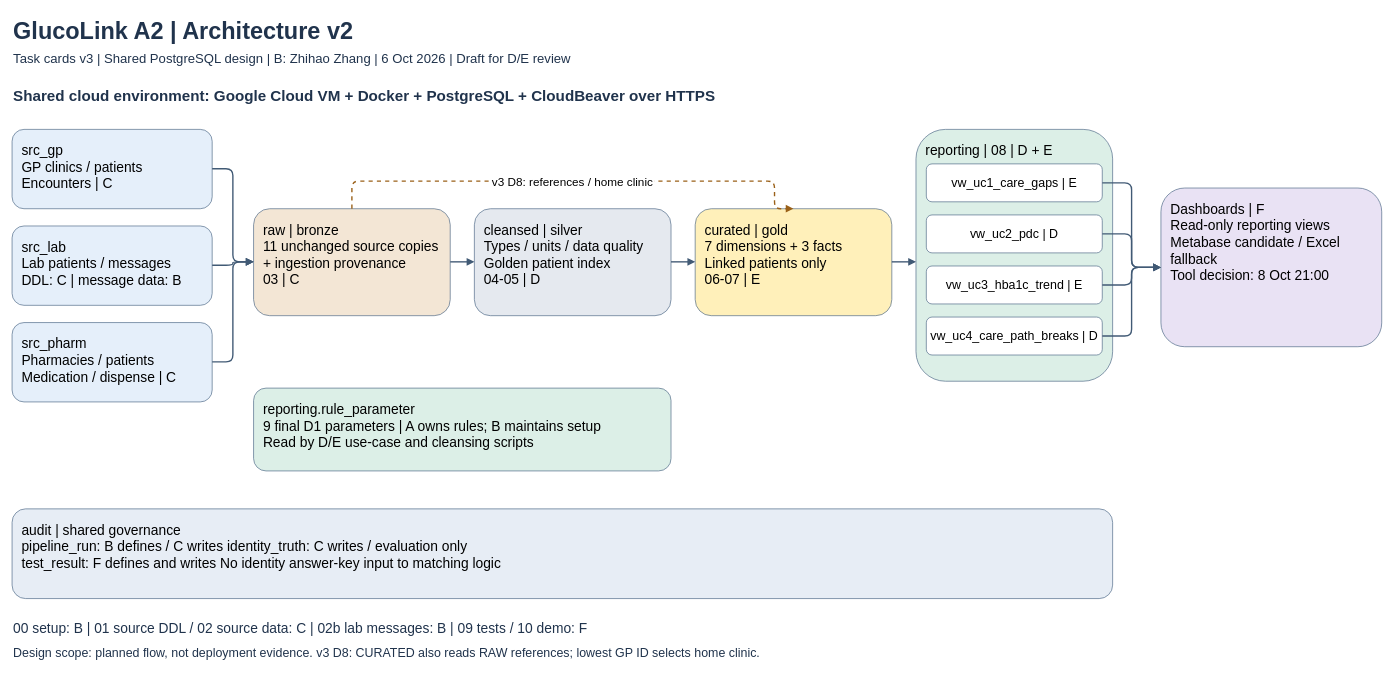
Earlier version of the draw.io diagram docs/architecture_v2.drawio (LyphardRover/glucolink-a2). Source tidied: cells renumbered, new cells numbered last; positions are measured from the earlier drawing's top-left corner, leaving out a move shared by most shapes. Both pictures are drawn from the tidied source at 69%, with x=0, y=0 at pixel (12, 12).
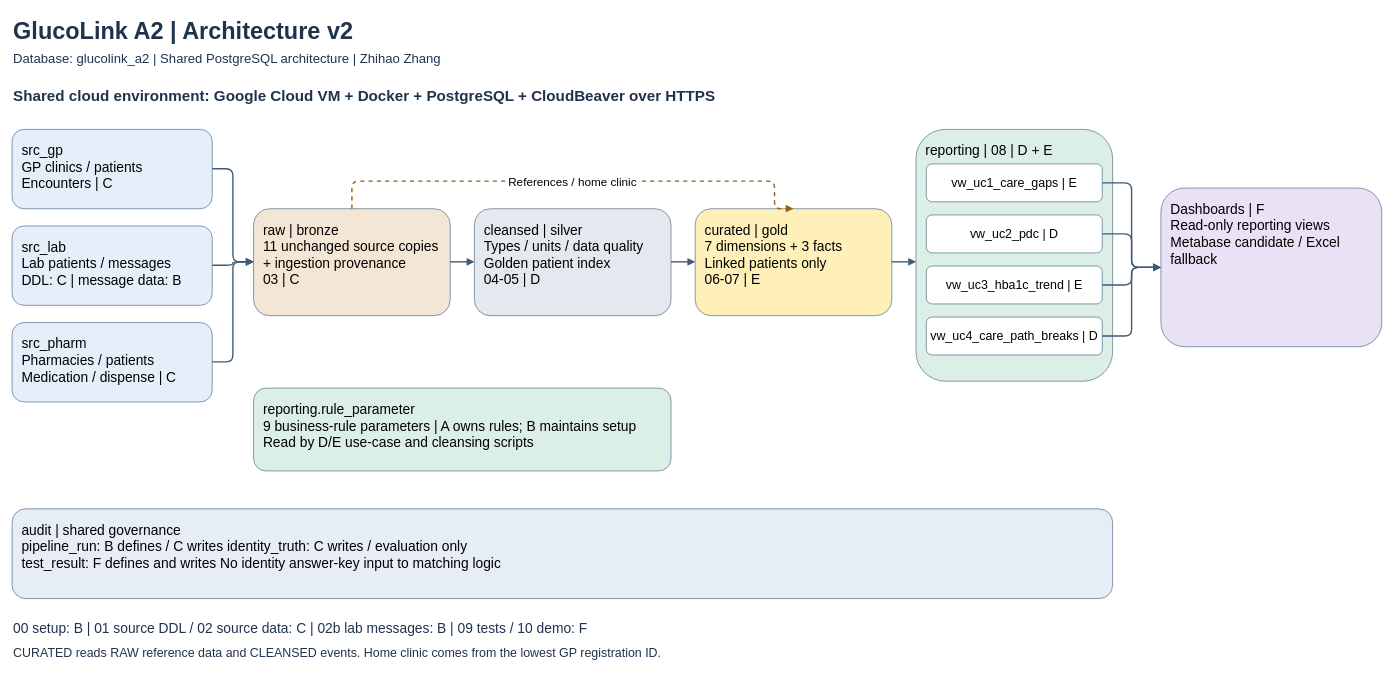
The same page after the edit.

Commit message:
docs(B): clean architecture labels and identify database

Unchanged cells that the change refers to:
```xml
<mxCell id="8" value="raw | bronze&#10;11 unchanged source copies&#10;+ ingestion provenance&#10;03 | C" style="rounded=1;whiteSpace=wrap;html=0;align=left;verticalAlign=top;spacing=14;fontSize=20;fillColor=#f3e6d5;strokeColor=#526c89;" parent="1" vertex="1">
  <mxGeometry x="350" y="285" width="285" height="155" as="geometry" />
</mxCell>
<mxCell id="10" value="curated | gold&#10;7 dimensions + 3 facts&#10;Linked patients only&#10;06-07 | E" style="rounded=1;whiteSpace=wrap;html=0;align=left;verticalAlign=top;spacing=14;fontSize=20;fillColor=#fff0ba;strokeColor=#526c89;" parent="1" vertex="1">
  <mxGeometry x="990" y="285" width="285" height="155" as="geometry" />
</mxCell>
```

Change to the diagram source:
```diff
@@
-    <mxCell id="3" value="Task cards v3 | Shared PostgreSQL design | B: Zhihao Zhang | 6 Oct 2026 | Draft for D/E review" style="text;html=0;align=left;verticalAlign=top;fontSize=19;fontStyle=0;fontColor=#20334c;" parent="1" vertex="1">
+    <mxCell id="3" value="Database: glucolink_a2 | Shared PostgreSQL architecture | Zhihao Zhang" style="text;html=0;align=left;verticalAlign=top;fontSize=19;fontStyle=0;fontColor=#20334c;" parent="1" vertex="1">
       <mxGeometry y="49" width="1815" height="34" as="geometry" />
     </mxCell>
@@
-    <mxCell id="18" value="Dashboards | F&#10;Read-only reporting views&#10;Metabase candidate / Excel fallback&#10;Tool decision: 8 Oct 21:00" style="rounded=1;whiteSpace=wrap;html=0;align=left;verticalAlign=top;spacing=14;fontSize=20;fillColor=#e9e2f4;strokeColor=#526c89;" parent="1" vertex="1">
+    <mxCell id="18" value="Dashboards | F&#10;Read-only reporting views&#10;Metabase candidate / Excel fallback" style="rounded=1;whiteSpace=wrap;html=0;align=left;verticalAlign=top;spacing=14;fontSize=20;fillColor=#e9e2f4;strokeColor=#526c89;" parent="1" vertex="1">
       <mxGeometry x="1665" y="255" width="320" height="230" as="geometry" />
     </mxCell>
-    <mxCell id="19" value="reporting.rule_parameter&#10;9 final D1 parameters | A owns rules; B maintains setup&#10;Read by D/E use-case and cleansing scripts" style="rounded=1;whiteSpace=wrap;html=0;align=left;verticalAlign=top;spacing=14;fontSize=20;fillColor=#dcefe7;strokeColor=#526c89;" parent="1" vertex="1">
+    <mxCell id="19" value="reporting.rule_parameter&#10;9 business-rule parameters | A owns rules; B maintains setup&#10;Read by D/E use-case and cleansing scripts" style="rounded=1;whiteSpace=wrap;html=0;align=left;verticalAlign=top;spacing=14;fontSize=20;fillColor=#dcefe7;strokeColor=#526c89;" parent="1" vertex="1">
       <mxGeometry x="350" y="545" width="605" height="120" as="geometry" />
     </mxCell>
@@
-    <mxCell id="22" value="Design scope: planned flow, not deployment evidence. v3 D8: CURATED also reads RAW references; lowest GP ID selects home clinic." style="text;html=0;align=left;verticalAlign=top;fontSize=18;fontStyle=0;fontColor=#20334c;" parent="1" vertex="1">
+    <mxCell id="22" value="CURATED reads RAW reference data and CLEANSED events. Home clinic comes from the lowest GP registration ID." style="text;html=0;align=left;verticalAlign=top;fontSize=18;fontStyle=0;fontColor=#20334c;" parent="1" vertex="1">
       <mxGeometry y="911" width="1815" height="33" as="geometry" />
     </mxCell>
@@
-    <mxCell id="31" value="v3 D8: references / home clinic" style="edgeStyle=orthogonalEdgeStyle;exitX=0.5;exitY=0;entryX=0.5;entryY=0;endArrow=block;dashed=1;strokeColor=#9a6018;strokeWidth=2;fontSize=17;labelBackgroundColor=#ffffff;" parent="1" edge="1" source="8" target="10">
+    <mxCell id="31" value="References / home clinic" style="edgeStyle=orthogonalEdgeStyle;exitX=0.5;exitY=0;entryX=0.5;entryY=0;endArrow=block;dashed=1;strokeColor=#9a6018;strokeWidth=2;fontSize=17;labelBackgroundColor=#ffffff;" parent="1" edge="1" source="8" target="10">
       <mxGeometry relative="1" as="geometry">
         <Array as="points">
           <mxPoint x="492" y="245" />
           <mxPoint x="1105" y="245" />
         </Array>
       </mxGeometry>
     </mxCell>
```
